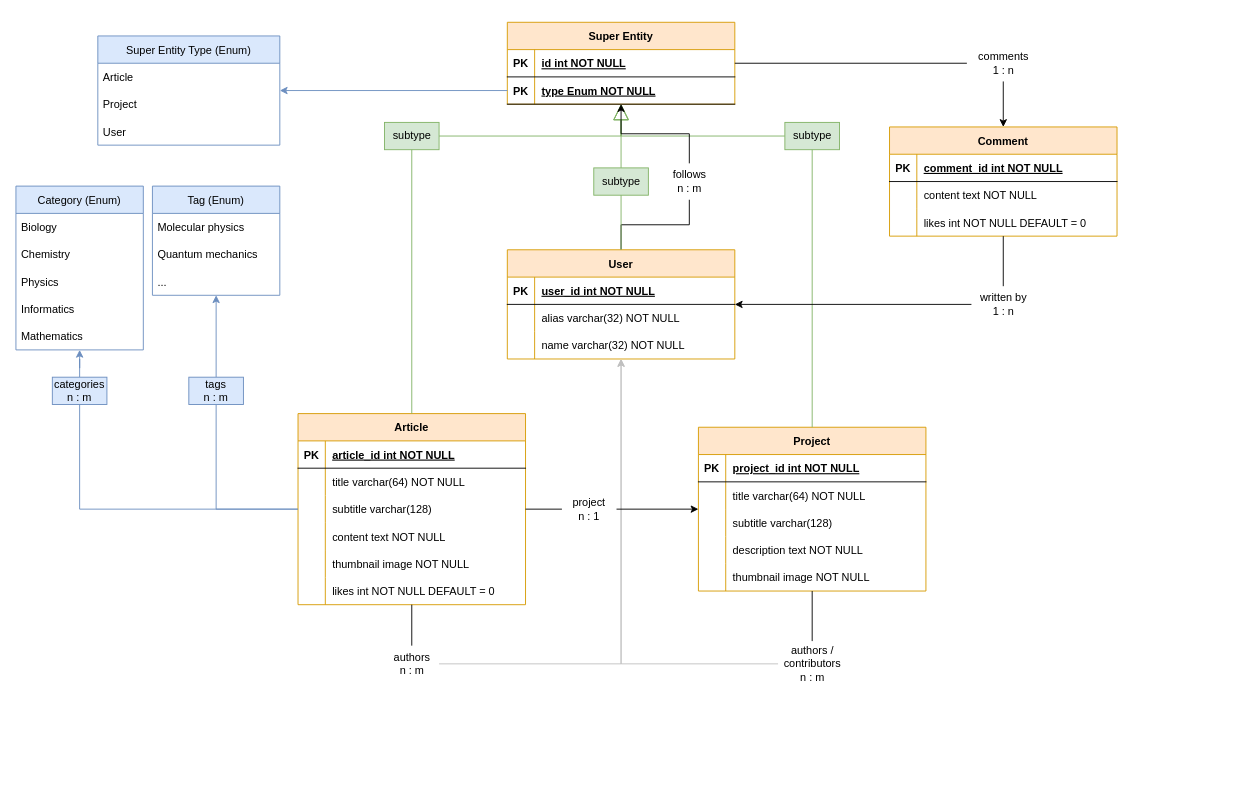
Earlier version of the draw.io diagram entity_relationship_diagram.drawio (lord-haffi/PulpScience). Source tidied: cells renumbered, new cells numbered last; positions are measured from the earlier drawing's top-left corner, leaving out a move shared by most shapes. Both pictures are drawn from the tidied source at 91%, with x=0, y=0 at pixel (15, 22).
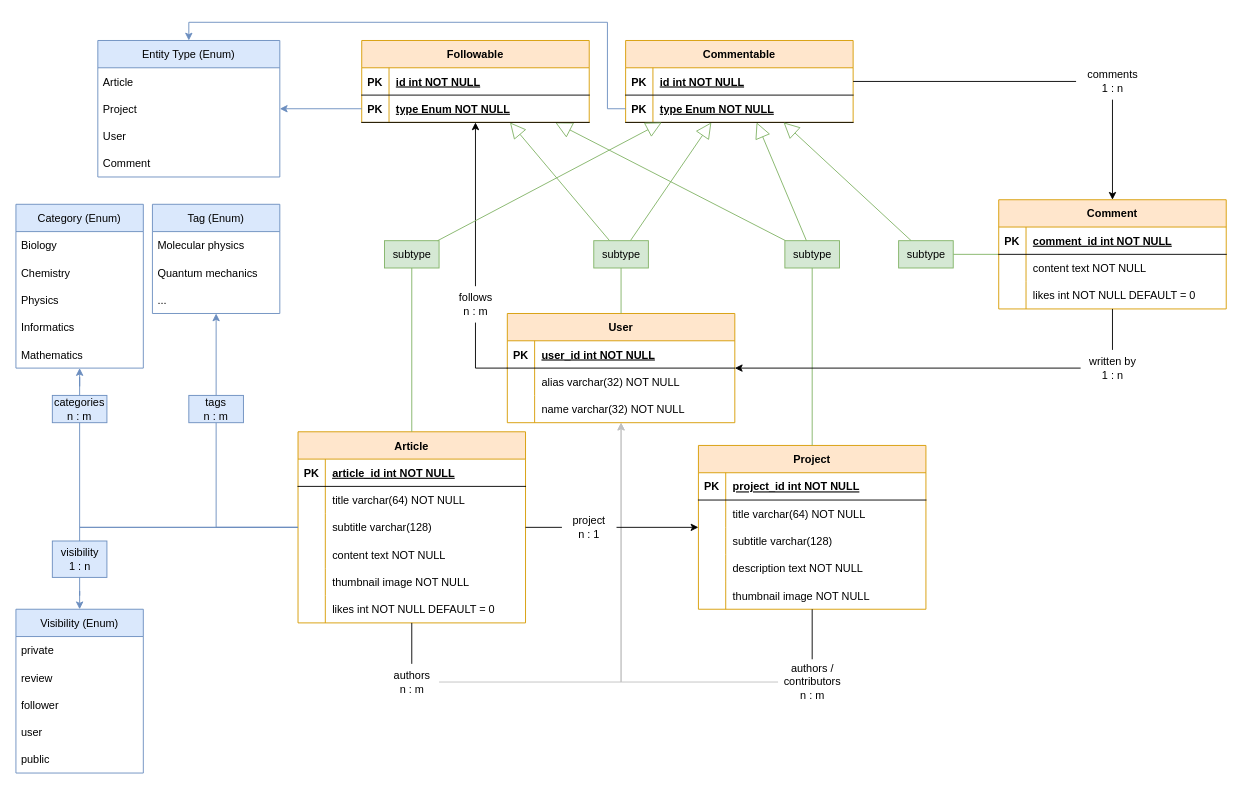
Above is the later version.

The change refers to these unchanged cells:
```xml
<mxCell id="90" style="shape=partialRectangle;fillColor=none;points=[[0,0.5],[1,0.5]];portConstraint=eastwest;top=0;left=0;right=0;bottom=1;" parent="86" vertex="1">
  <mxGeometry y="60" width="250" height="30" as="geometry" />
</mxCell>
```

Diff of the diagram source:
```diff
@@
-    <mxCell id="4" style="edgeStyle=orthogonalEdgeStyle;rounded=0;jettySize=auto;html=1;endArrow=block;endFill=0;endSize=15;startArrow=none;fillColor=#d5e8d4;strokeColor=#82b366;" parent="1" edge="1" source="106" target="86">
-      <mxGeometry relative="1" as="geometry" />
-    </mxCell>
-    <mxCell id="5" style="edgeStyle=orthogonalEdgeStyle;rounded=0;jettySize=auto;html=1;endArrow=none;endFill=0;endSize=15;" parent="1" edge="1" source="6" target="110">
-      <mxGeometry relative="1" as="geometry" />
-    </mxCell>
+    <mxCell id="112" style="edgeStyle=orthogonalEdgeStyle;rounded=0;jettySize=auto;html=1;endArrow=classic;endFill=1;endSize=6;startArrow=none;" parent="1" edge="1" source="110" target="119">
+      <mxGeometry relative="1" as="geometry" />
+    </mxCell>
     <mxCell id="6" value="User" style="shape=table;startSize=30;childLayout=tableLayout;rowLines=0;fontStyle=1;align=center;fillColor=#ffe6cc;strokeColor=#d79b00;" parent="1" vertex="1">
-      <mxGeometry x="540" y="250" width="250" height="120" as="geometry" />
+      <mxGeometry x="540" y="320" width="250" height="120" as="geometry" />
     </mxCell>
@@
-    <mxCell id="19" style="edgeStyle=orthogonalEdgeStyle;rounded=0;jettySize=auto;html=1;endArrow=block;endFill=0;startArrow=none;endSize=15;fillColor=#d5e8d4;strokeColor=#82b366;" parent="1" edge="1" source="95" target="86">
+    <mxCell id="19" style="rounded=0;jettySize=auto;html=1;endArrow=block;endFill=0;startArrow=none;endSize=15;fillColor=#d5e8d4;strokeColor=#82b366;" parent="1" edge="1" source="106" target="86">
       <mxGeometry relative="1" as="geometry" />
     </mxCell>
@@
+    <mxCell id="113" style="edgeStyle=orthogonalEdgeStyle;rounded=0;jettySize=auto;html=1;strokeColor=#6c8ebf;endArrow=classic;endFill=1;endSize=6;fillColor=#dae8fc;startArrow=none;" parent="1" edge="1" source="135" target="129">
+      <mxGeometry relative="1" as="geometry" />
+    </mxCell>
     <mxCell id="21" value="Article" style="shape=table;startSize=30;childLayout=tableLayout;rowLines=0;fontStyle=1;align=center;fillColor=#ffe6cc;strokeColor=#d79b00;" parent="1" vertex="1">
-      <mxGeometry x="310" y="430" width="250" height="210" as="geometry" />
+      <mxGeometry x="310" y="450" width="250" height="210" as="geometry" />
     </mxCell>
@@
     <mxCell id="40" value="&lt;div&gt;authors&lt;br&gt;&lt;/div&gt;&lt;div&gt;n : m&lt;/div&gt;" style="text;html=1;align=center;verticalAlign=middle;points=[];strokeColor=none;fillColor=none;" parent="1" vertex="1">
-      <mxGeometry x="405" y="685" width="60" height="40" as="geometry" />
+      <mxGeometry x="405" y="705" width="60" height="40" as="geometry" />
     </mxCell>
@@
     <mxCell id="42" value="Category (Enum)" style="swimlane;fontStyle=0;horizontal=1;startSize=30;fillColor=#dae8fc;strokeColor=#6c8ebf;" parent="1" vertex="1">
-      <mxGeometry y="180" width="140" height="180" as="geometry" />
+      <mxGeometry y="200" width="140" height="180" as="geometry" />
     </mxCell>
@@
     <mxCell id="48" value="&lt;div&gt;categories&lt;/div&gt;&lt;div&gt;n : m&lt;br&gt;&lt;/div&gt;" style="text;html=1;strokeColor=#6c8ebf;fillColor=#dae8fc;align=center;verticalAlign=middle;whiteSpace=wrap;rounded=0;" parent="1" vertex="1">
-      <mxGeometry x="40" y="390" width="60" height="30" as="geometry" />
+      <mxGeometry x="40" y="410" width="60" height="30" as="geometry" />
     </mxCell>
@@
     <mxCell id="50" value="Tag (Enum)" style="swimlane;fontStyle=0;horizontal=1;startSize=30;fillColor=#dae8fc;strokeColor=#6c8ebf;" parent="1" vertex="1">
-      <mxGeometry x="150" y="180" width="140" height="120" as="geometry" />
+      <mxGeometry x="150" y="200" width="140" height="120" as="geometry" />
     </mxCell>
@@
     <mxCell id="54" value="&lt;div&gt;tags&lt;/div&gt;&lt;div&gt;n : m&lt;br&gt;&lt;/div&gt;" style="text;html=1;strokeColor=#6c8ebf;fillColor=#dae8fc;align=center;verticalAlign=middle;whiteSpace=wrap;rounded=0;" parent="1" vertex="1">
-      <mxGeometry x="190" y="390" width="60" height="30" as="geometry" />
+      <mxGeometry x="190" y="410" width="60" height="30" as="geometry" />
     </mxCell>
-    <mxCell id="55" style="edgeStyle=orthogonalEdgeStyle;rounded=0;jettySize=auto;html=1;endArrow=block;endFill=0;startArrow=none;endSize=15;fillColor=#d5e8d4;strokeColor=#82b366;" parent="1" edge="1" source="93" target="86">
+    <mxCell id="55" style="rounded=0;jettySize=auto;html=1;endArrow=block;endFill=0;startArrow=none;endSize=15;fillColor=#d5e8d4;strokeColor=#82b366;" parent="1" edge="1" source="93" target="86">
       <mxGeometry relative="1" as="geometry" />
     </mxCell>
     <mxCell id="56" value="Project" style="shape=table;startSize=30;childLayout=tableLayout;rowLines=0;fontStyle=1;align=center;fillColor=#ffe6cc;strokeColor=#d79b00;" parent="1" vertex="1">
-      <mxGeometry x="750" y="445" width="250" height="180" as="geometry" />
+      <mxGeometry x="750" y="465" width="250" height="180" as="geometry" />
     </mxCell>
@@
     <mxCell id="72" value="&lt;div&gt;authors / contributors&lt;/div&gt;&lt;div&gt;n : m&lt;br&gt;&lt;/div&gt;" style="text;html=1;strokeColor=none;fillColor=none;align=center;verticalAlign=middle;whiteSpace=wrap;rounded=0;" parent="1" vertex="1">
-      <mxGeometry x="837.5" y="680" width="75" height="50" as="geometry" />
+      <mxGeometry x="837.5" y="700" width="75" height="50" as="geometry" />
     </mxCell>
@@
+    <mxCell id="114" style="edgeStyle=orthogonalEdgeStyle;rounded=0;jettySize=auto;html=1;strokeColor=#82b366;endArrow=none;endFill=0;endSize=6;fillColor=#d5e8d4;" parent="1" edge="1" source="75" target="128">
+      <mxGeometry relative="1" as="geometry" />
+    </mxCell>
     <mxCell id="75" value="Comment" style="shape=table;startSize=30;childLayout=tableLayout;rowLines=0;fontStyle=1;align=center;fillColor=#ffe6cc;strokeColor=#d79b00;" parent="1" vertex="1">
-      <mxGeometry x="960" y="115" width="250" height="120" as="geometry" />
+      <mxGeometry x="1080" y="195" width="250" height="120" as="geometry" />
     </mxCell>
@@
-    <mxCell id="86" value="Super Entity" style="shape=table;startSize=30;childLayout=tableLayout;rowLines=0;fontStyle=1;align=center;fillColor=#ffe6cc;strokeColor=#d79b00;" parent="1" vertex="1">
-      <mxGeometry x="540" width="250" height="90" as="geometry" />
+    <mxCell id="86" value="Commentable" style="shape=table;startSize=30;childLayout=tableLayout;rowLines=0;fontStyle=1;align=center;fillColor=#ffe6cc;strokeColor=#d79b00;" parent="1" vertex="1">
+      <mxGeometry x="670" y="20" width="250" height="90" as="geometry" />
     </mxCell>
@@
+    <mxCell id="115" style="rounded=0;jettySize=auto;html=1;strokeColor=#82b366;endArrow=block;endFill=0;endSize=16;fillColor=#d5e8d4;" parent="1" edge="1" source="93" target="119">
+      <mxGeometry relative="1" as="geometry" />
+    </mxCell>
     <mxCell id="93" value="subtype" style="text;html=1;align=center;verticalAlign=middle;points=[];strokeColor=#82b366;fillColor=#d5e8d4;" parent="1" vertex="1">
-      <mxGeometry x="845" y="110" width="60" height="30" as="geometry" />
+      <mxGeometry x="845" y="240" width="60" height="30" as="geometry" />
     </mxCell>
@@
+    <mxCell id="116" style="rounded=0;jettySize=auto;html=1;strokeColor=#82b366;endArrow=block;endFill=0;endSize=15;fillColor=#d5e8d4;" parent="1" edge="1" source="106" target="119">
+      <mxGeometry relative="1" as="geometry" />
+    </mxCell>
     <mxCell id="95" value="subtype" style="text;html=1;align=center;verticalAlign=middle;points=[];strokeColor=#82b366;fillColor=#d5e8d4;" parent="1" vertex="1">
-      <mxGeometry x="405" y="110" width="60" height="30" as="geometry" />
+      <mxGeometry x="405" y="240" width="60" height="30" as="geometry" />
     </mxCell>
@@
-    <mxCell id="97" value="Super Entity Type (Enum)" style="swimlane;fontStyle=0;horizontal=1;startSize=30;fillColor=#dae8fc;strokeColor=#6c8ebf;" parent="1" vertex="1">
-      <mxGeometry x="90" y="15" width="200" height="120" as="geometry" />
+    <mxCell id="97" value="Entity Type (Enum)" style="swimlane;fontStyle=0;horizontal=1;startSize=30;fillColor=#dae8fc;strokeColor=#6c8ebf;" parent="1" vertex="1">
+      <mxGeometry x="90" y="20" width="200" height="150" as="geometry" />
     </mxCell>
@@
+    <mxCell id="117" value="Comment" style="text;strokeColor=none;fillColor=none;align=left;verticalAlign=middle;spacingLeft=4;spacingRight=4;overflow=hidden;" parent="97" vertex="1">
+      <mxGeometry y="120" width="200" height="30" as="geometry" />
+    </mxCell>
     <mxCell id="101" style="edgeStyle=orthogonalEdgeStyle;rounded=0;jettySize=auto;html=1;endArrow=classic;endFill=1;fillColor=#dae8fc;strokeColor=#6c8ebf;" parent="1" edge="1" source="90" target="97">
-      <mxGeometry relative="1" as="geometry" />
+      <mxGeometry relative="1" as="geometry">
+        <Array as="points">
+          <mxPoint x="650" y="95" />
+          <mxPoint x="650" />
+          <mxPoint x="190" />
+        </Array>
+      </mxGeometry>
     </mxCell>
     <mxCell id="102" value="&lt;div&gt;comments&lt;/div&gt;&lt;div&gt;1 : n&lt;br&gt;&lt;/div&gt;" style="text;html=1;align=center;verticalAlign=middle;points=[];strokeColor=none;fillColor=none;" parent="1" vertex="1">
-      <mxGeometry x="1045" y="25" width="80" height="40" as="geometry" />
+      <mxGeometry x="1165" y="45" width="80" height="40" as="geometry" />
     </mxCell>
@@
     <mxCell id="104" value="&lt;div&gt;written by&lt;/div&gt;&lt;div&gt;1 : n&lt;br&gt;&lt;/div&gt;" style="text;html=1;align=center;verticalAlign=middle;points=[];strokeColor=none;fillColor=none;" parent="1" vertex="1">
-      <mxGeometry x="1050" y="290" width="70" height="40" as="geometry" />
+      <mxGeometry x="1170" y="360" width="70" height="40" as="geometry" />
     </mxCell>
@@
-    <mxCell id="106" value="subtype" style="text;html=1;align=center;verticalAlign=middle;points=[];strokeColor=#82b366;fillColor=#d5e8d4;" parent="1" vertex="1">
-      <mxGeometry x="635" y="160" width="60" height="30" as="geometry" />
-    </mxCell>
@@
     <mxCell id="108" value="&lt;div&gt;project&lt;/div&gt;&lt;div&gt;n : 1&lt;br&gt;&lt;/div&gt;" style="text;html=1;align=center;verticalAlign=middle;whiteSpace=wrap;rounded=0;" parent="1" vertex="1">
-      <mxGeometry x="600" y="520" width="60" height="30" as="geometry" />
+      <mxGeometry x="600" y="540" width="60" height="30" as="geometry" />
     </mxCell>
-    <mxCell id="109" style="edgeStyle=orthogonalEdgeStyle;rounded=0;jettySize=auto;html=1;endArrow=classic;endFill=1;endSize=6;" parent="1" edge="1" source="110" target="86">
-      <mxGeometry relative="1" as="geometry" />
-    </mxCell>
+    <mxCell id="111" style="edgeStyle=orthogonalEdgeStyle;rounded=0;jettySize=auto;html=1;endArrow=classic;endFill=1;elbow=vertical;startArrow=none;" parent="1" edge="1" source="104" target="6">
+      <mxGeometry relative="1" as="geometry" />
+    </mxCell>
+    <mxCell id="106" value="subtype" style="text;html=1;align=center;verticalAlign=middle;points=[];strokeColor=#82b366;fillColor=#d5e8d4;" parent="1" vertex="1">
+      <mxGeometry x="635" y="240" width="60" height="30" as="geometry" />
+    </mxCell>
+    <mxCell id="118" style="rounded=0;jettySize=auto;html=1;endArrow=block;endFill=0;startArrow=none;endSize=15;fillColor=#d5e8d4;strokeColor=#82b366;" parent="1" edge="1" source="95" target="86">
+      <mxGeometry relative="1" as="geometry" />
+    </mxCell>
+    <mxCell id="119" value="Followable" style="shape=table;startSize=30;childLayout=tableLayout;rowLines=0;fontStyle=1;align=center;fillColor=#ffe6cc;strokeColor=#d79b00;" parent="1" vertex="1">
+      <mxGeometry x="380" y="20" width="250" height="90" as="geometry" />
+    </mxCell>
+    <mxCell id="120" style="shape=partialRectangle;fillColor=none;top=0;left=0;right=0;bottom=1;" parent="119" vertex="1">
+      <mxGeometry y="30" width="250" height="30" as="geometry" />
+    </mxCell>
+    <mxCell id="121" value="PK" style="shape=partialRectangle;overflow=hidden;fillColor=none;top=0;left=0;bottom=0;right=0;fontStyle=1;" parent="120" vertex="1">
+      <mxGeometry width="30" height="30" as="geometry" />
+    </mxCell>
+    <mxCell id="122" value="id int NOT NULL" style="shape=partialRectangle;overflow=hidden;fillColor=none;top=0;left=0;bottom=0;right=0;align=left;spacingLeft=6;fontStyle=5;" parent="120" vertex="1">
+      <mxGeometry x="30" width="220" height="30" as="geometry" />
+    </mxCell>
+    <mxCell id="123" style="shape=partialRectangle;fillColor=none;points=[[0,0.5],[1,0.5]];portConstraint=eastwest;top=0;left=0;right=0;bottom=1;" parent="119" vertex="1">
+      <mxGeometry y="60" width="250" height="30" as="geometry" />
+    </mxCell>
+    <mxCell id="124" value="PK" style="shape=partialRectangle;overflow=hidden;fillColor=none;top=0;left=0;bottom=0;right=0;fontStyle=1;" parent="123" vertex="1">
+      <mxGeometry width="30" height="30" as="geometry" />
+    </mxCell>
+    <mxCell id="125" value="type Enum NOT NULL" style="shape=partialRectangle;overflow=hidden;fillColor=none;top=0;left=0;bottom=0;right=0;align=left;spacingLeft=6;fontStyle=5;" parent="123" vertex="1">
+      <mxGeometry x="30" width="220" height="30" as="geometry" />
+    </mxCell>
+    <mxCell id="126" style="edgeStyle=none;rounded=0;jettySize=auto;html=1;strokeColor=#6c8ebf;endArrow=classic;endFill=1;endSize=6;fillColor=#dae8fc;" parent="1" edge="1" source="123" target="97">
+      <mxGeometry relative="1" as="geometry" />
+    </mxCell>
+    <mxCell id="127" style="rounded=0;jettySize=auto;html=1;strokeColor=#82b366;endArrow=block;endFill=0;endSize=15;fillColor=#d5e8d4;" parent="1" edge="1" source="128" target="86">
+      <mxGeometry relative="1" as="geometry" />
+    </mxCell>
+    <mxCell id="128" value="subtype" style="text;html=1;align=center;verticalAlign=middle;points=[];strokeColor=#82b366;fillColor=#d5e8d4;" parent="1" vertex="1">
+      <mxGeometry x="970" y="240" width="60" height="30" as="geometry" />
+    </mxCell>
     <mxCell id="110" value="&lt;div&gt;follows&lt;/div&gt;&lt;div&gt;n : m&lt;br&gt;&lt;/div&gt;" style="text;html=1;align=center;verticalAlign=middle;points=[];strokeColor=none;fillColor=none;" parent="1" vertex="1">
-      <mxGeometry x="710" y="155" width="60" height="40" as="geometry" />
+      <mxGeometry x="475" y="290" width="60" height="40" as="geometry" />
     </mxCell>
-    <mxCell id="111" style="edgeStyle=orthogonalEdgeStyle;rounded=0;jettySize=auto;html=1;endArrow=classic;endFill=1;elbow=vertical;startArrow=none;" parent="1" edge="1" source="104" target="6">
-      <mxGeometry relative="1" as="geometry" />
-    </mxCell>
+    <mxCell id="5" style="edgeStyle=orthogonalEdgeStyle;rounded=0;jettySize=auto;html=1;endArrow=none;endFill=1;endSize=6;" parent="1" edge="1" source="6" target="110">
+      <mxGeometry relative="1" as="geometry">
+        <Array as="points">
+          <mxPoint x="505" y="380" />
+        </Array>
+      </mxGeometry>
+    </mxCell>
+    <mxCell id="129" value="Visibility (Enum)" style="swimlane;fontStyle=0;horizontal=1;startSize=30;fillColor=#dae8fc;strokeColor=#6c8ebf;" parent="1" vertex="1">
+      <mxGeometry y="645" width="140" height="180" as="geometry" />
+    </mxCell>
+    <mxCell id="130" value="private" style="text;strokeColor=none;fillColor=none;align=left;verticalAlign=middle;spacingLeft=4;spacingRight=4;overflow=hidden;" parent="129" vertex="1">
+      <mxGeometry y="30" width="140" height="30" as="geometry" />
+    </mxCell>
+    <mxCell id="131" value="review" style="text;strokeColor=none;fillColor=none;align=left;verticalAlign=middle;spacingLeft=4;spacingRight=4;overflow=hidden;" parent="129" vertex="1">
+      <mxGeometry y="60" width="140" height="30" as="geometry" />
+    </mxCell>
+    <mxCell id="132" value="follower" style="text;strokeColor=none;fillColor=none;align=left;verticalAlign=middle;spacingLeft=4;spacingRight=4;overflow=hidden;" parent="129" vertex="1">
+      <mxGeometry y="90" width="140" height="30" as="geometry" />
+    </mxCell>
+    <mxCell id="133" value="user" style="text;strokeColor=none;fillColor=none;align=left;verticalAlign=middle;spacingLeft=4;spacingRight=4;overflow=hidden;" parent="129" vertex="1">
+      <mxGeometry y="120" width="140" height="30" as="geometry" />
+    </mxCell>
+    <mxCell id="134" value="public" style="text;strokeColor=none;fillColor=none;align=left;verticalAlign=middle;spacingLeft=4;spacingRight=4;overflow=hidden;" parent="129" vertex="1">
+      <mxGeometry y="150" width="140" height="30" as="geometry" />
+    </mxCell>
+    <mxCell id="135" value="&lt;div&gt;visibility&lt;/div&gt;&lt;div&gt;1 : n&lt;br&gt;&lt;/div&gt;" style="text;html=1;align=center;verticalAlign=middle;points=[];strokeColor=#6c8ebf;fillColor=#dae8fc;" parent="1" vertex="1">
+      <mxGeometry x="40" y="570" width="60" height="40" as="geometry" />
+    </mxCell>
+    <mxCell id="136" style="edgeStyle=orthogonalEdgeStyle;rounded=0;jettySize=auto;html=1;strokeColor=#6c8ebf;endArrow=none;endFill=1;endSize=6;fillColor=#dae8fc;" parent="1" edge="1" source="21" target="135">
+      <mxGeometry relative="1" as="geometry">
+        <Array as="points">
+          <mxPoint x="70" y="555" />
+        </Array>
+      </mxGeometry>
+    </mxCell>
```
